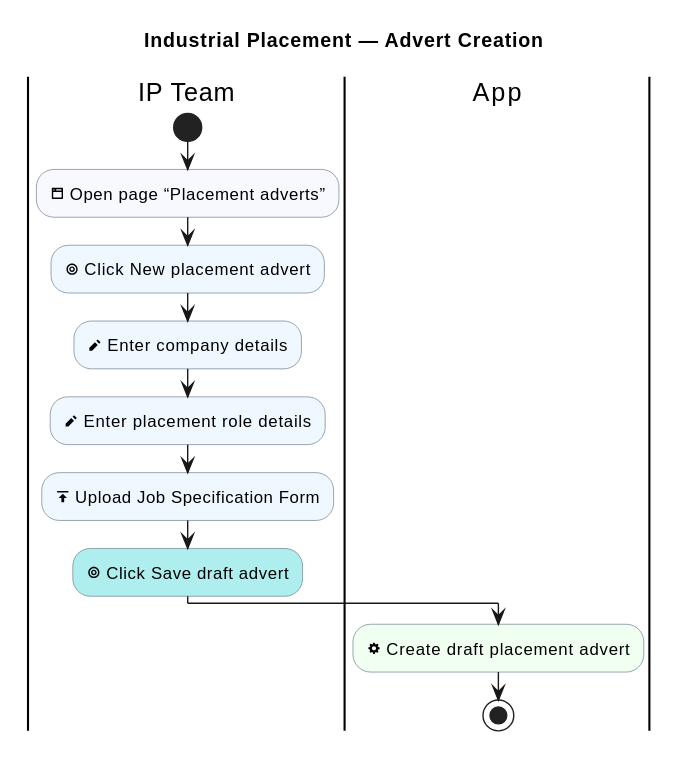
Earlier version of the PlantUML export industrial-placement-group-project/diagrams/industrial-placement/advert-creation.svg (sdflkjssl/sdflkjssl.github.io).
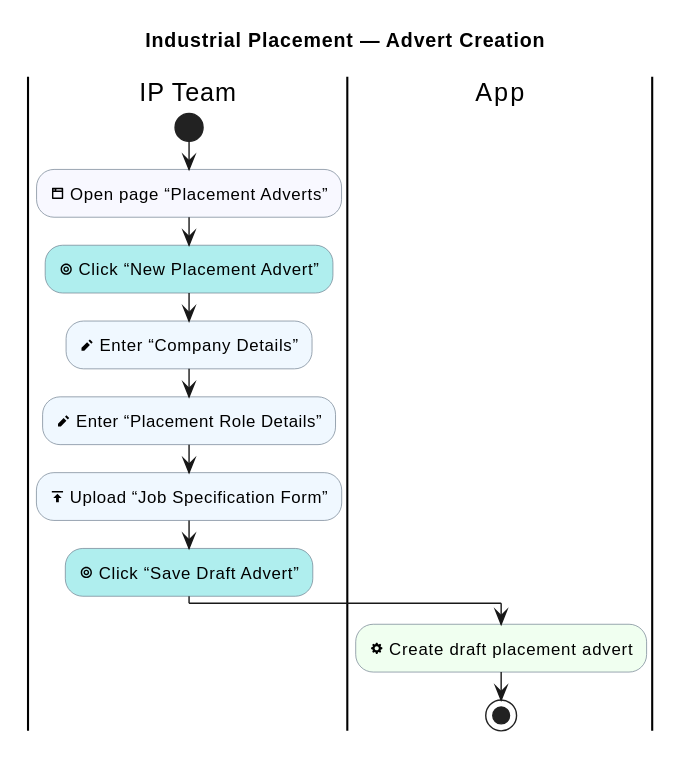
After the change.

Change to the diagram source:
```diff
@@ -12,12 +12,12 @@
 
 |IP Team|
 start
-:<&browser> Open page “Placement adverts”; <<#GhostWhite>>
-:<&target> Click New placement advert; <<#AliceBlue>>
-:<&pencil> Enter company details; <<#AliceBlue>>
-:<&pencil> Enter placement role details; <<#AliceBlue>>
-:<&data-transfer-upload> Upload Job Specification Form; <<#AliceBlue>>
-:<&target> Click Save draft advert; <<#PaleTurquoise>>
+:<&browser> Open page “Placement Adverts”; <<#GhostWhite>>
+:<&target> Click “New Placement Advert”; <<#PaleTurquoise>>
+:<&pencil> Enter “Company Details”; <<#AliceBlue>>
+:<&pencil> Enter “Placement Role Details”; <<#AliceBlue>>
+:<&data-transfer-upload> Upload “Job Specification Form”; <<#AliceBlue>>
+:<&target> Click “Save Draft Advert”; <<#PaleTurquoise>>
 |App|
 :<&cog> Create draft placement advert; <<#HoneyDew>>
 stop
```
